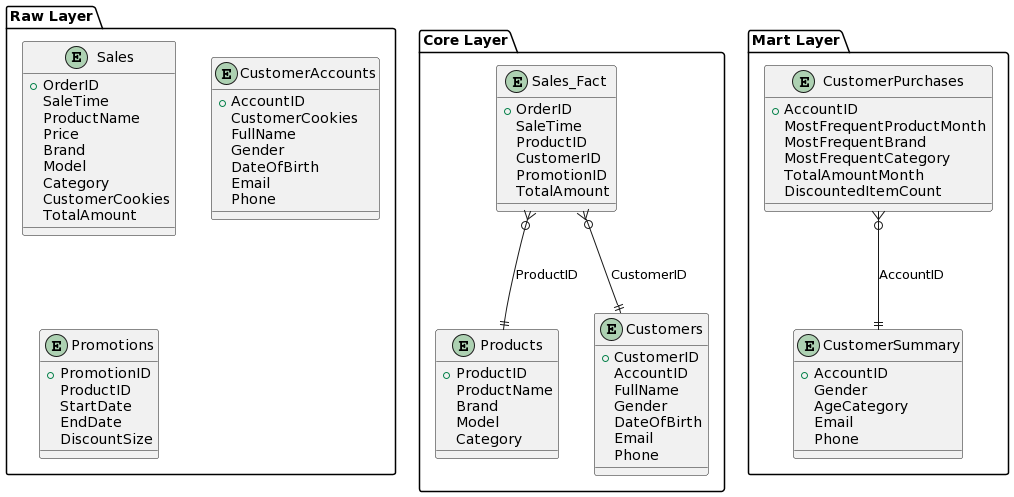
The PlantUML diagram dwh.png in Rastorguev763/dwh_example, before a commit.
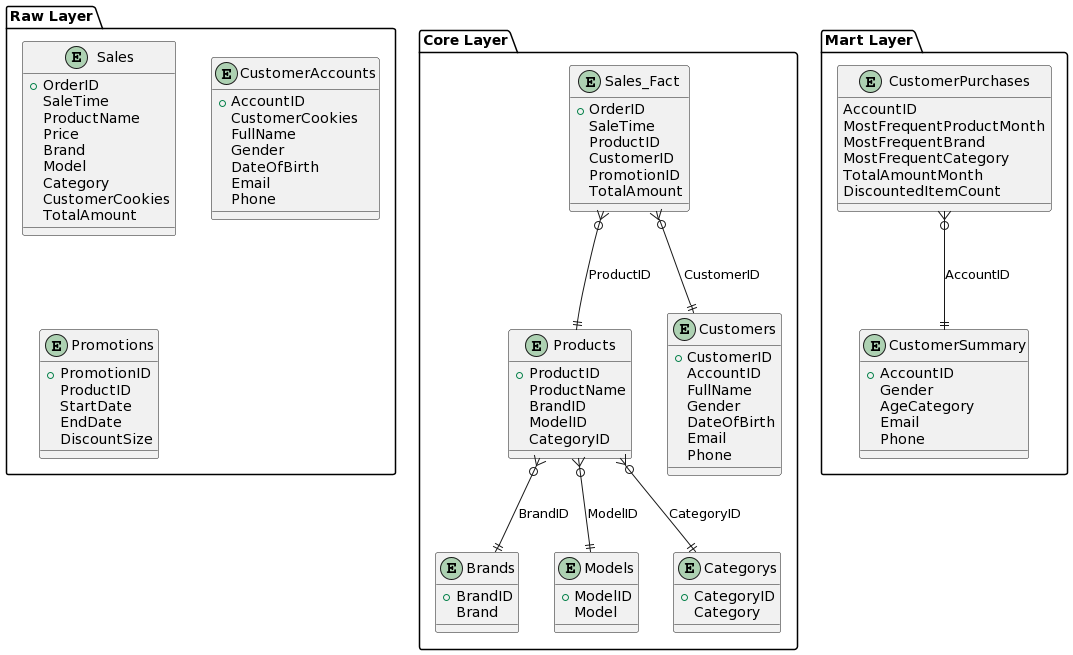
The same diagram one commit later.

Commit message:
нормализация таблицы Products в слое Core

What changed in the source:
```diff
@@ -44,12 +44,27 @@
   TotalAmount
 }
 
+ENTITY Brands {
+  + BrandID
+Brand
+}
+
+ENTITY Models{
+  + ModelID
+Model
+}
+
+ENTITY Categorys{
+  + CategoryID
+Category
+}
+
 ENTITY Products {
   + ProductID
   ProductName
-  Brand
-  Model
-  Category
+  BrandID
+  ModelID
+  CategoryID
 }
 
 ENTITY Customers {
@@ -65,6 +80,9 @@
 
 "Sales_Fact" }o--|| "Products" : ProductID
 "Sales_Fact" }o--|| "Customers" : CustomerID
+"Products" }o--|| "Brands" : BrandID
+"Products" }o--|| "Models" : ModelID
+"Products" }o--|| "Categorys" : CategoryID
 }
 
 
@@ -78,7 +96,7 @@
 }
 
 ENTITY CustomerPurchases {
-  + AccountID
+  AccountID
   MostFrequentProductMonth
   MostFrequentBrand
   MostFrequentCategory
```
